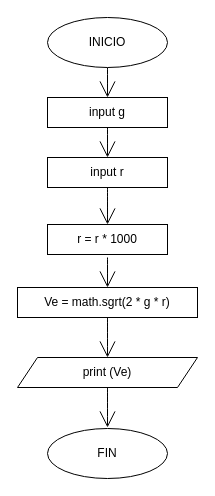
Before: Untitled Diagram.drawio in CataChavez/escape-velocity, a draw.io diagram. Source tidied: cells renumbered, new cells numbered last; positions are measured from the earlier drawing's top-left corner, leaving out a move shared by most shapes. Both pictures are drawn from the tidied source at 100%, with x=0, y=0 at pixel (17, 17).
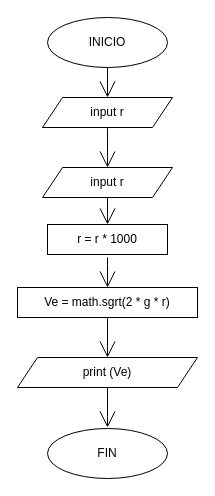
After the change.

What changed in the source:
```diff
@@
 <mxGraphModel>
   <root>
     <mxCell id="0" />
     <mxCell id="1" parent="0" />
-    <mxCell id="2" style="edgeStyle=none;curved=1;rounded=0;jettySize=auto;html=1;exitX=0.5;exitY=1;exitDx=0;exitDy=0;entryX=0.5;entryY=0;entryDx=0;entryDy=0;endArrow=open;startSize=14;endSize=14;sourcePerimeterSpacing=8;targetPerimeterSpacing=8;" parent="1" edge="1" source="3" target="5">
+    <mxCell id="2" style="edgeStyle=none;curved=1;rounded=0;jettySize=auto;html=1;exitX=0.5;exitY=1;exitDx=0;exitDy=0;endArrow=open;startSize=14;endSize=14;sourcePerimeterSpacing=8;targetPerimeterSpacing=8;entryX=0.5;entryY=0;entryDx=0;entryDy=0;" parent="1" edge="1" source="3" target="16">
       <mxGeometry relative="1" as="geometry" />
     </mxCell>
     <mxCell id="3" value="INICIO" style="ellipse;whiteSpace=wrap;html=1;hachureGap=4;" parent="1" vertex="1">
       <mxGeometry x="30" width="120" height="50" as="geometry" />
     </mxCell>
-    <mxCell id="4" style="edgeStyle=none;curved=1;rounded=0;jettySize=auto;html=1;entryX=0.5;entryY=0;entryDx=0;entryDy=0;endArrow=open;startSize=14;endSize=14;sourcePerimeterSpacing=8;targetPerimeterSpacing=8;exitX=0.5;exitY=1;exitDx=0;exitDy=0;" parent="1" edge="1" source="5" target="6">
+    <mxCell id="4" style="edgeStyle=none;curved=1;rounded=0;jettySize=auto;html=1;entryX=0.5;entryY=0;entryDx=0;entryDy=0;endArrow=open;startSize=14;endSize=14;sourcePerimeterSpacing=8;targetPerimeterSpacing=8;exitX=0.5;exitY=1;exitDx=0;exitDy=0;" parent="1" edge="1" source="16" target="15">
       <mxGeometry relative="1" as="geometry" />
     </mxCell>
-    <mxCell id="5" value="input g" style="rounded=0;whiteSpace=wrap;html=1;hachureGap=4;" parent="1" vertex="1">
-      <mxGeometry x="30" y="80" width="120" height="30" as="geometry" />
-    </mxCell>
-    <mxCell id="6" value="input r" style="rounded=0;whiteSpace=wrap;html=1;hachureGap=4;" parent="1" vertex="1">
-      <mxGeometry x="30" y="140" width="120" height="30" as="geometry" />
-    </mxCell>
     <mxCell id="7" value="r = r * 1000" style="rounded=0;whiteSpace=wrap;html=1;hachureGap=4;" parent="1" vertex="1">
       <mxGeometry x="30" y="207" width="120" height="30" as="geometry" />
     </mxCell>
     <mxCell id="8" value="Ve = math.sgrt(2 * g * r)" style="rounded=0;whiteSpace=wrap;html=1;hachureGap=4;" parent="1" vertex="1">
       <mxGeometry y="270" width="180" height="30" as="geometry" />
     </mxCell>
     <mxCell id="9" value="print (Ve)" style="shape=parallelogram;perimeter=parallelogramPerimeter;whiteSpace=wrap;html=1;fixedSize=1;hachureGap=4;" parent="1" vertex="1">
       <mxGeometry y="340" width="180" height="30" as="geometry" />
     </mxCell>
     <mxCell id="10" value="FIN" style="ellipse;whiteSpace=wrap;html=1;hachureGap=4;" parent="1" vertex="1">
       <mxGeometry x="30" y="411" width="120" height="50" as="geometry" />
     </mxCell>
     <mxCell id="11" style="edgeStyle=none;curved=1;rounded=0;jettySize=auto;html=1;entryX=0.5;entryY=0;entryDx=0;entryDy=0;endArrow=open;startSize=14;endSize=14;sourcePerimeterSpacing=8;targetPerimeterSpacing=8;" parent="1" edge="1" target="7">
       <mxGeometry relative="1" as="geometry">
         <mxPoint x="90" y="170" as="sourcePoint" />
       </mxGeometry>
     </mxCell>
     <mxCell id="12" style="edgeStyle=none;curved=1;rounded=0;jettySize=auto;html=1;entryX=0.5;entryY=0;entryDx=0;entryDy=0;endArrow=open;startSize=14;endSize=14;sourcePerimeterSpacing=8;targetPerimeterSpacing=8;" parent="1" edge="1" target="8">
       <mxGeometry relative="1" as="geometry">
         <mxPoint x="90" y="240" as="sourcePoint" />
       </mxGeometry>
     </mxCell>
     <mxCell id="13" style="edgeStyle=none;curved=1;rounded=0;jettySize=auto;html=1;exitX=0.5;exitY=1;exitDx=0;exitDy=0;entryX=0.5;entryY=0;entryDx=0;entryDy=0;endArrow=open;startSize=14;endSize=14;sourcePerimeterSpacing=8;targetPerimeterSpacing=8;" parent="1" edge="1" source="8" target="9">
       <mxGeometry relative="1" as="geometry" />
     </mxCell>
     <mxCell id="14" style="edgeStyle=none;curved=1;rounded=0;jettySize=auto;html=1;exitX=0.5;exitY=1;exitDx=0;exitDy=0;endArrow=open;startSize=14;endSize=14;sourcePerimeterSpacing=8;targetPerimeterSpacing=8;" parent="1" edge="1" source="9">
       <mxGeometry relative="1" as="geometry">
         <mxPoint x="90" y="410" as="targetPoint" />
       </mxGeometry>
     </mxCell>
+    <mxCell id="15" value="input r" style="shape=parallelogram;perimeter=parallelogramPerimeter;whiteSpace=wrap;html=1;fixedSize=1;hachureGap=4;" parent="1" vertex="1">
+      <mxGeometry x="25" y="150" width="130" height="30" as="geometry" />
+    </mxCell>
+    <mxCell id="16" value="input r" style="shape=parallelogram;perimeter=parallelogramPerimeter;whiteSpace=wrap;html=1;fixedSize=1;hachureGap=4;" parent="1" vertex="1">
+      <mxGeometry x="25" y="80" width="130" height="30" as="geometry" />
+    </mxCell>
   </root>
 </mxGraphModel>
```
